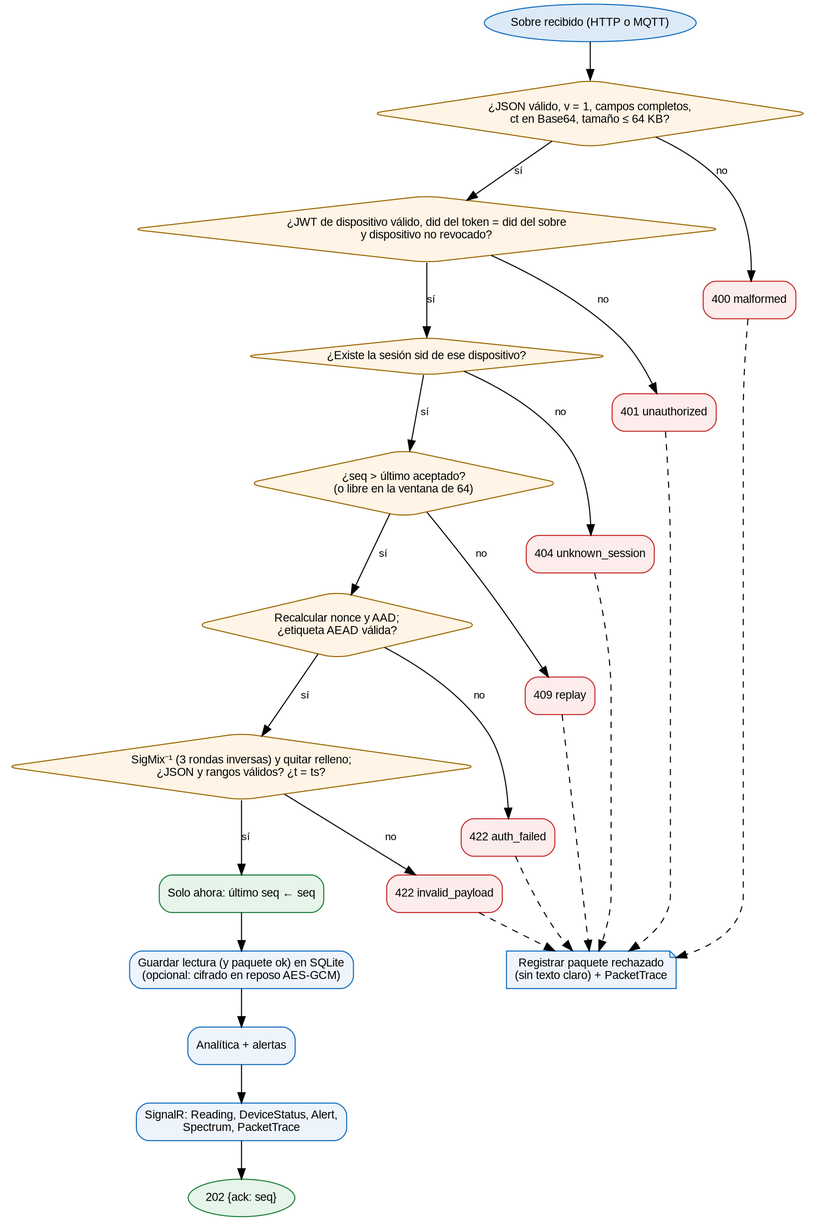
Above: Examen_SignalTrace/docs/diagramas/png/05_recepcion.png in yaelrdf/Virologia_Criptografia_UPIICSA (Graphviz), before the change. Its source is kept beside it as Examen_SignalTrace/docs/diagramas/05_recepcion.dot.
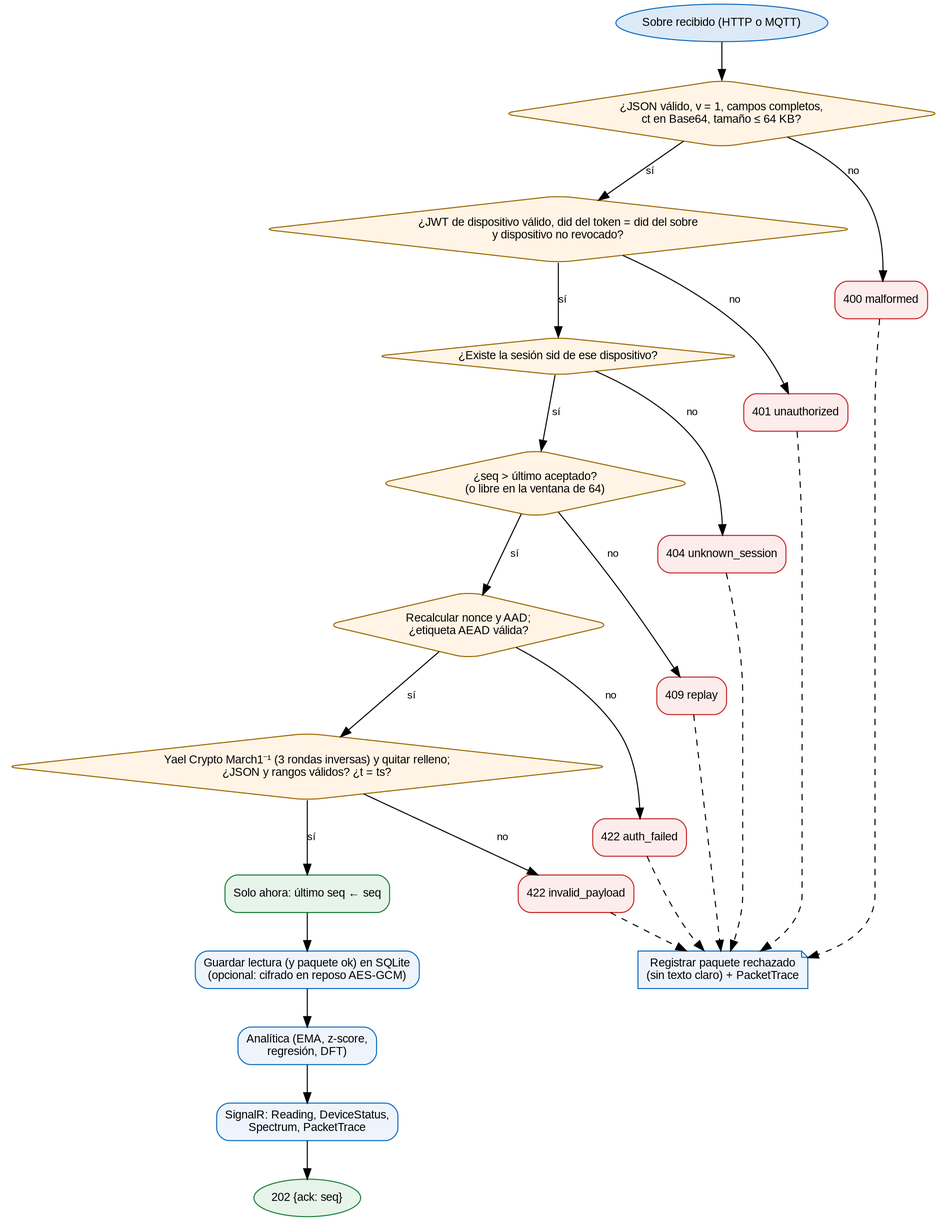
Above is the later version.

Diff of the diagram source:
```diff
@@ -6,11 +6,11 @@
   c2 [label="¿Existe la sesión sid de ese dispositivo?", shape=diamond, fillcolor="#FFF4E5", color="#9A6700"];
   c3 [label="¿seq > último aceptado?\n(o libre en la ventana de 64)", shape=diamond, fillcolor="#FFF4E5", color="#9A6700"];
   c4 [label="Recalcular nonce y AAD;\n¿etiqueta AEAD válida?", shape=diamond, fillcolor="#FFF4E5", color="#9A6700"];
-  c5 [label="SigMix⁻¹ (3 rondas inversas) y quitar relleno;\n¿JSON y rangos válidos? ¿t = ts?", shape=diamond, fillcolor="#FFF4E5", color="#9A6700"];
+  c5 [label="Yael Crypto March1⁻¹ (3 rondas inversas) y quitar relleno;\n¿JSON y rangos válidos? ¿t = ts?", shape=diamond, fillcolor="#FFF4E5", color="#9A6700"];
   acc [label="Solo ahora: último seq ← seq", fillcolor="#E6F4EA", color="#1A7F37"];
   per [label="Guardar lectura (y paquete ok) en SQLite\n(opcional: cifrado en reposo AES-GCM)"];
-  an [label="Analítica + alertas"];
-  bc [label="SignalR: Reading, DeviceStatus, Alert,\nSpectrum, PacketTrace"];
+  an [label="Analítica (EMA, z-score,\nregresión, DFT)"];
+  bc [label="SignalR: Reading, DeviceStatus,\nSpectrum, PacketTrace"];
   out [label="202 {ack: seq}", shape=oval, fillcolor="#E6F4EA", color="#1A7F37"];
   e400 [label="400 malformed", fillcolor="#FDECEC", color="#C62828"];
   e401 [label="401 unauthorized", fillcolor="#FDECEC", color="#C62828"];
```
